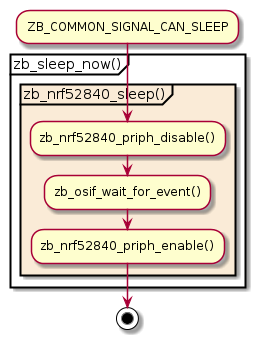
patgrosse/sdk-nrf keeps this PlantUML diagram as doc/nrf/images/zigbee_signal_handler_08_deep_sleep.png. Above is the earlier version. The source it was exported from:
```plantuml
@startuml

:ZB_COMMON_SIGNAL_CAN_SLEEP;
partition zb_sleep_now() {
partition zb_nrf52840_sleep() #AntiqueWhite {
        :zb_nrf52840_priph_disable();
        :zb_osif_wait_for_event();
        :zb_nrf52840_priph_enable();
}
}

stop

@enduml
```
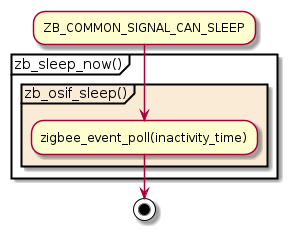
After the commit.

Diff of the diagram source:
```diff
@@ -2,10 +2,8 @@
 
 :ZB_COMMON_SIGNAL_CAN_SLEEP;
 partition zb_sleep_now() {
-partition zb_nrf52840_sleep() #AntiqueWhite {
-        :zb_nrf52840_priph_disable();
-        :zb_osif_wait_for_event();
-        :zb_nrf52840_priph_enable();
+partition zb_osif_sleep() #AntiqueWhite {
+        :zigbee_event_poll(inactivity_time);
 }
 }
 
```
